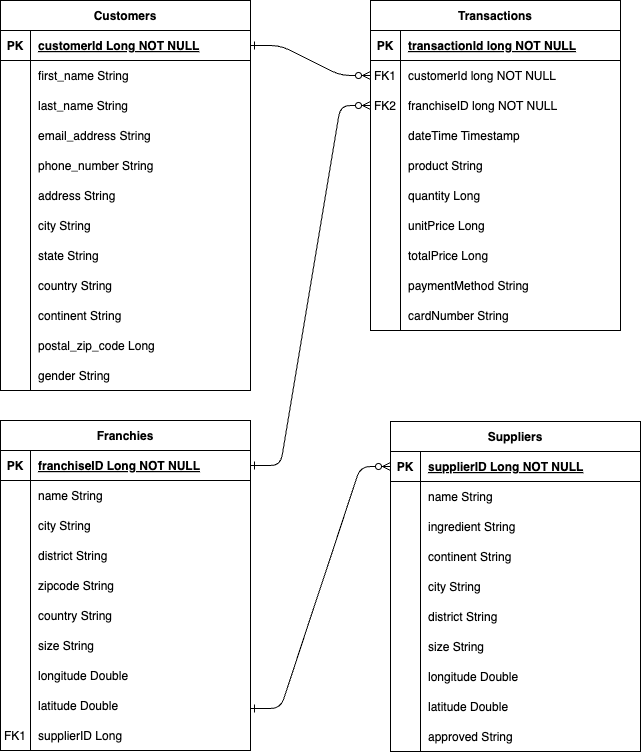
Earlier version of the draw.io export data/Test2005/Diagram.drawio.png (bamaga12/university-databricks-trainning). Source tidied: cells renumbered, new cells last; positions are measured from the earlier drawing's top-left corner, leaving out a move shared by most shapes.
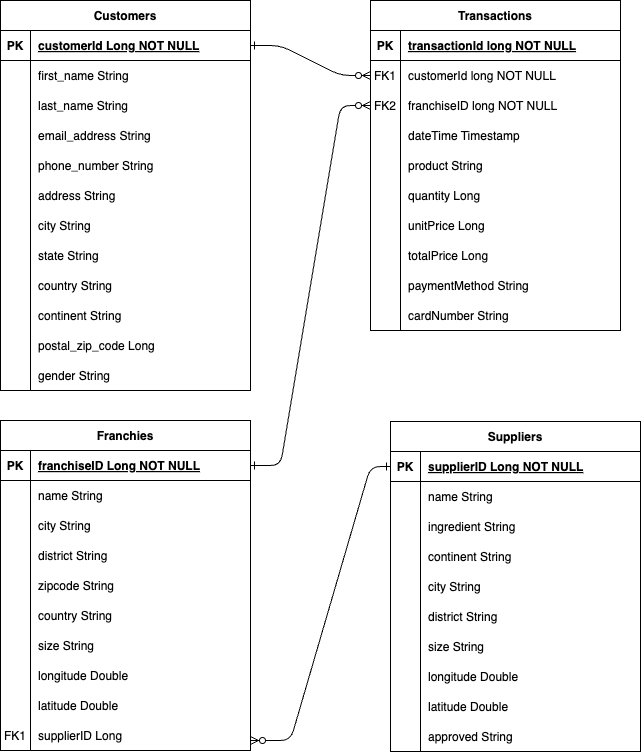
The same file after the commit.

What changed in the source:
```diff
@@ -194,16 +194,12 @@
     <mxCell id="62" value="approved String" style="shape=partialRectangle;overflow=hidden;fillColor=none;top=0;left=1;bottom=0;right=0;align=left;spacingLeft=6;" parent="43" vertex="1">
       <mxGeometry x="30" y="300" width="220" height="30" as="geometry" />
     </mxCell>
-    <mxCell id="63" style="edgeStyle=entityRelationEdgeStyle;endArrow=ERzeroToMany;startArrow=ERone;endFill=1;startFill=0;entryX=0;entryY=0.5;entryDx=0;entryDy=0;" parent="1" edge="1" target="45">
+    <mxCell id="63" style="endArrow=ERzeroToMany;startArrow=ERone;endFill=1;startFill=0;exitX=0;exitY=0.5;exitDx=0;exitDy=0;" parent="1" edge="1" source="45">
       <mxGeometry relative="1" as="geometry">
-        <mxPoint x="250" y="708" as="sourcePoint" />
+        <mxPoint x="250" y="740" as="targetPoint" />
         <Array as="points">
-          <mxPoint x="740" y="712" />
-          <mxPoint x="770" y="712" />
-          <mxPoint x="730" y="722" />
-          <mxPoint x="720" y="792" />
-          <mxPoint x="770" y="652" />
-          <mxPoint x="720" y="412" />
+          <mxPoint x="370" y="466" />
+          <mxPoint x="290" y="740" />
         </Array>
       </mxGeometry>
     </mxCell>
```
